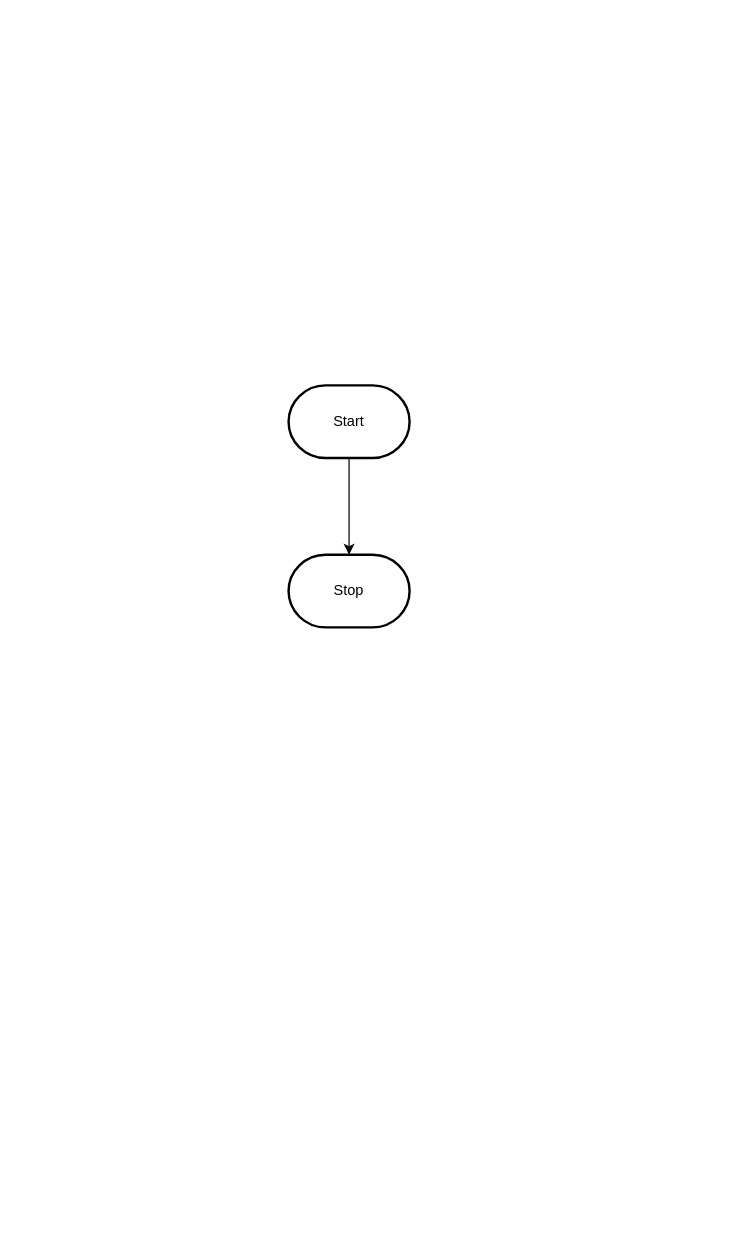
Above: design/flowchart.drawio in MTHS-ICS2O-2-2022/ICS2O-Unit-5-03-Osamah-Hasan (draw.io), before the change. Source tidied: cells renumbered, new cells numbered last; positions are measured from the earlier drawing's top-left corner, leaving out a move shared by most shapes. Both pictures are drawn from the tidied source at 121%, with x=0, y=0 at pixel (288, 385).
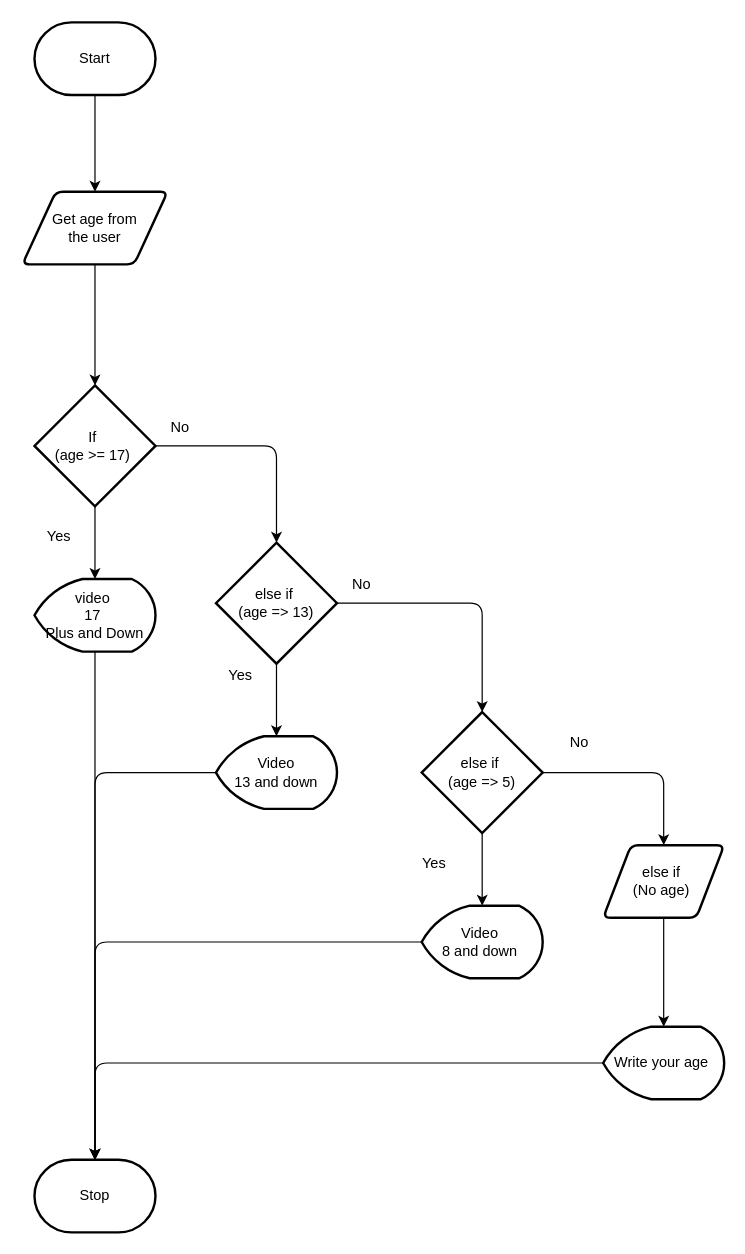
The same page after the edit.

What changed in the source:
```diff
@@
-    <mxCell id="2" style="edgeStyle=orthogonalEdgeStyle;html=1;rounded=0;" parent="1" edge="1" source="3" target="4">
-      <mxGeometry relative="1" as="geometry" />
-    </mxCell>
+    <mxCell id="5" style="edgeStyle=orthogonalEdgeStyle;html=1;" parent="1" edge="1" source="3" target="7">
+      <mxGeometry relative="1" as="geometry" />
+    </mxCell>
     <mxCell id="3" value="Start" style="strokeWidth=2;html=1;shape=mxgraph.flowchart.terminator;whiteSpace=wrap;" parent="1" vertex="1">
-      <mxGeometry width="100" height="60" as="geometry" />
+      <mxGeometry x="-210" y="-300" width="100" height="60" as="geometry" />
     </mxCell>
     <mxCell id="4" value="Stop" style="strokeWidth=2;html=1;shape=mxgraph.flowchart.terminator;whiteSpace=wrap;" parent="1" vertex="1">
-      <mxGeometry y="140" width="100" height="60" as="geometry" />
+      <mxGeometry x="-210" y="640" width="100" height="60" as="geometry" />
     </mxCell>
+    <mxCell id="6" style="edgeStyle=orthogonalEdgeStyle;html=1;" parent="1" edge="1" source="7" target="10">
+      <mxGeometry relative="1" as="geometry" />
+    </mxCell>
+    <mxCell id="7" value="Get age from&lt;br&gt;the user" style="shape=parallelogram;html=1;strokeWidth=2;perimeter=parallelogramPerimeter;whiteSpace=wrap;rounded=1;arcSize=12;size=0.23;" parent="1" vertex="1">
+      <mxGeometry x="-220" y="-160" width="120" height="60" as="geometry" />
+    </mxCell>
+    <mxCell id="8" style="edgeStyle=orthogonalEdgeStyle;html=1;entryX=0.5;entryY=0;entryDx=0;entryDy=0;entryPerimeter=0;" parent="1" edge="1" source="10" target="14">
+      <mxGeometry relative="1" as="geometry" />
+    </mxCell>
+    <mxCell id="9" style="edgeStyle=orthogonalEdgeStyle;html=1;" parent="1" edge="1" source="10" target="17">
+      <mxGeometry relative="1" as="geometry" />
+    </mxCell>
+    <mxCell id="10" value="If&amp;nbsp;&lt;br&gt;(age &amp;gt;= 17)&amp;nbsp;" style="strokeWidth=2;html=1;shape=mxgraph.flowchart.decision;whiteSpace=wrap;" parent="1" vertex="1">
+      <mxGeometry x="-210" width="100" height="100" as="geometry" />
+    </mxCell>
+    <mxCell id="11" value="No" style="text;html=1;align=center;verticalAlign=middle;strokeColor=none;fillColor=none;" parent="1" vertex="1">
+      <mxGeometry x="-110" y="20" width="40" height="30" as="geometry" />
+    </mxCell>
+    <mxCell id="12" value="Yes" style="text;html=1;align=center;verticalAlign=middle;strokeColor=none;fillColor=none;" parent="1" vertex="1">
+      <mxGeometry x="-210" y="110" width="40" height="30" as="geometry" />
+    </mxCell>
+    <mxCell id="13" style="edgeStyle=orthogonalEdgeStyle;html=1;entryX=0.5;entryY=0;entryDx=0;entryDy=0;entryPerimeter=0;" parent="1" edge="1" source="14" target="4">
+      <mxGeometry relative="1" as="geometry" />
+    </mxCell>
+    <mxCell id="14" value="video&amp;nbsp;&lt;br&gt;17&amp;nbsp;&lt;br&gt;Plus and Down" style="strokeWidth=2;html=1;shape=mxgraph.flowchart.display;whiteSpace=wrap;" parent="1" vertex="1">
+      <mxGeometry x="-210" y="160" width="100" height="60" as="geometry" />
+    </mxCell>
+    <mxCell id="15" style="edgeStyle=orthogonalEdgeStyle;html=1;" parent="1" edge="1" source="17" target="21">
+      <mxGeometry relative="1" as="geometry" />
+    </mxCell>
+    <mxCell id="16" style="edgeStyle=orthogonalEdgeStyle;html=1;" parent="1" edge="1" source="17" target="24">
+      <mxGeometry relative="1" as="geometry" />
+    </mxCell>
+    <mxCell id="17" value="else if&amp;nbsp;&lt;br&gt;(age =&amp;gt; 13)" style="strokeWidth=2;html=1;shape=mxgraph.flowchart.decision;whiteSpace=wrap;" parent="1" vertex="1">
+      <mxGeometry x="-60" y="130" width="100" height="100" as="geometry" />
+    </mxCell>
+    <mxCell id="18" value="No" style="text;html=1;align=center;verticalAlign=middle;strokeColor=none;fillColor=none;" parent="1" vertex="1">
+      <mxGeometry x="40" y="150" width="40" height="30" as="geometry" />
+    </mxCell>
+    <mxCell id="19" value="Yes" style="text;html=1;align=center;verticalAlign=middle;strokeColor=none;fillColor=none;" parent="1" vertex="1">
+      <mxGeometry x="-60" y="225" width="40" height="30" as="geometry" />
+    </mxCell>
+    <mxCell id="20" style="edgeStyle=orthogonalEdgeStyle;html=1;" parent="1" edge="1" source="21" target="4">
+      <mxGeometry relative="1" as="geometry" />
+    </mxCell>
+    <mxCell id="21" value="Video&lt;br&gt;13 and down" style="strokeWidth=2;html=1;shape=mxgraph.flowchart.display;whiteSpace=wrap;" parent="1" vertex="1">
+      <mxGeometry x="-60" y="290" width="100" height="60" as="geometry" />
+    </mxCell>
+    <mxCell id="22" style="edgeStyle=orthogonalEdgeStyle;html=1;" parent="1" edge="1" source="24" target="28">
+      <mxGeometry relative="1" as="geometry" />
+    </mxCell>
+    <mxCell id="23" style="edgeStyle=orthogonalEdgeStyle;html=1;" parent="1" edge="1" source="24" target="30">
+      <mxGeometry relative="1" as="geometry" />
+    </mxCell>
+    <mxCell id="24" value="else if&amp;nbsp;&lt;br&gt;(age =&amp;gt; 5)" style="strokeWidth=2;html=1;shape=mxgraph.flowchart.decision;whiteSpace=wrap;" parent="1" vertex="1">
+      <mxGeometry x="110" y="270" width="100" height="100" as="geometry" />
+    </mxCell>
+    <mxCell id="25" value="No" style="text;html=1;align=center;verticalAlign=middle;strokeColor=none;fillColor=none;" parent="1" vertex="1">
+      <mxGeometry x="220" y="280" width="40" height="30" as="geometry" />
+    </mxCell>
+    <mxCell id="26" value="Yes" style="text;html=1;align=center;verticalAlign=middle;strokeColor=none;fillColor=none;" parent="1" vertex="1">
+      <mxGeometry x="100" y="380" width="40" height="30" as="geometry" />
+    </mxCell>
+    <mxCell id="27" style="edgeStyle=orthogonalEdgeStyle;html=1;" parent="1" edge="1" source="28" target="4">
+      <mxGeometry relative="1" as="geometry" />
+    </mxCell>
+    <mxCell id="28" value="Video&amp;nbsp;&lt;br&gt;8 and down&amp;nbsp;" style="strokeWidth=2;html=1;shape=mxgraph.flowchart.display;whiteSpace=wrap;" parent="1" vertex="1">
+      <mxGeometry x="110" y="430" width="100" height="60" as="geometry" />
+    </mxCell>
+    <mxCell id="29" style="edgeStyle=orthogonalEdgeStyle;html=1;" parent="1" edge="1" source="30" target="32">
+      <mxGeometry relative="1" as="geometry" />
+    </mxCell>
+    <mxCell id="30" value="else if&amp;nbsp;&lt;br&gt;(No age)&amp;nbsp;" style="shape=parallelogram;html=1;strokeWidth=2;perimeter=parallelogramPerimeter;whiteSpace=wrap;rounded=1;arcSize=12;size=0.23;" parent="1" vertex="1">
+      <mxGeometry x="260" y="380" width="100" height="60" as="geometry" />
+    </mxCell>
+    <mxCell id="31" style="edgeStyle=orthogonalEdgeStyle;html=1;entryX=0.5;entryY=0;entryDx=0;entryDy=0;entryPerimeter=0;" parent="1" edge="1" source="32" target="4">
+      <mxGeometry relative="1" as="geometry" />
+    </mxCell>
+    <mxCell id="32" value="Write your age&amp;nbsp;" style="strokeWidth=2;html=1;shape=mxgraph.flowchart.display;whiteSpace=wrap;" parent="1" vertex="1">
+      <mxGeometry x="260" y="530" width="100" height="60" as="geometry" />
+    </mxCell>
```
